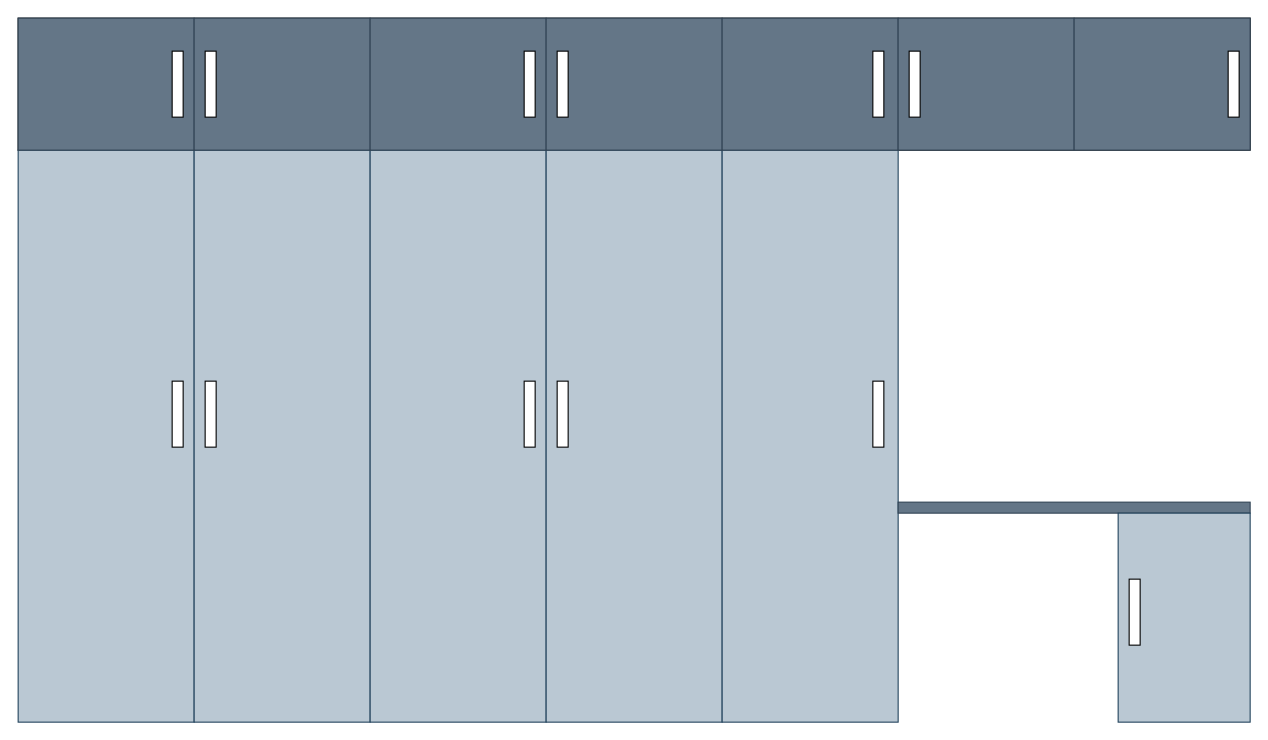
Above: Final/wardrobe1-1.drawio in suresh-legato/Design (draw.io), before the change. Source tidied: cells renumbered, new cells numbered last; positions are measured from the earlier drawing's top-left corner, leaving out a move shared by most shapes. Both pictures are drawn from the tidied source at 110%, with x=0, y=0 at pixel (18, 18).
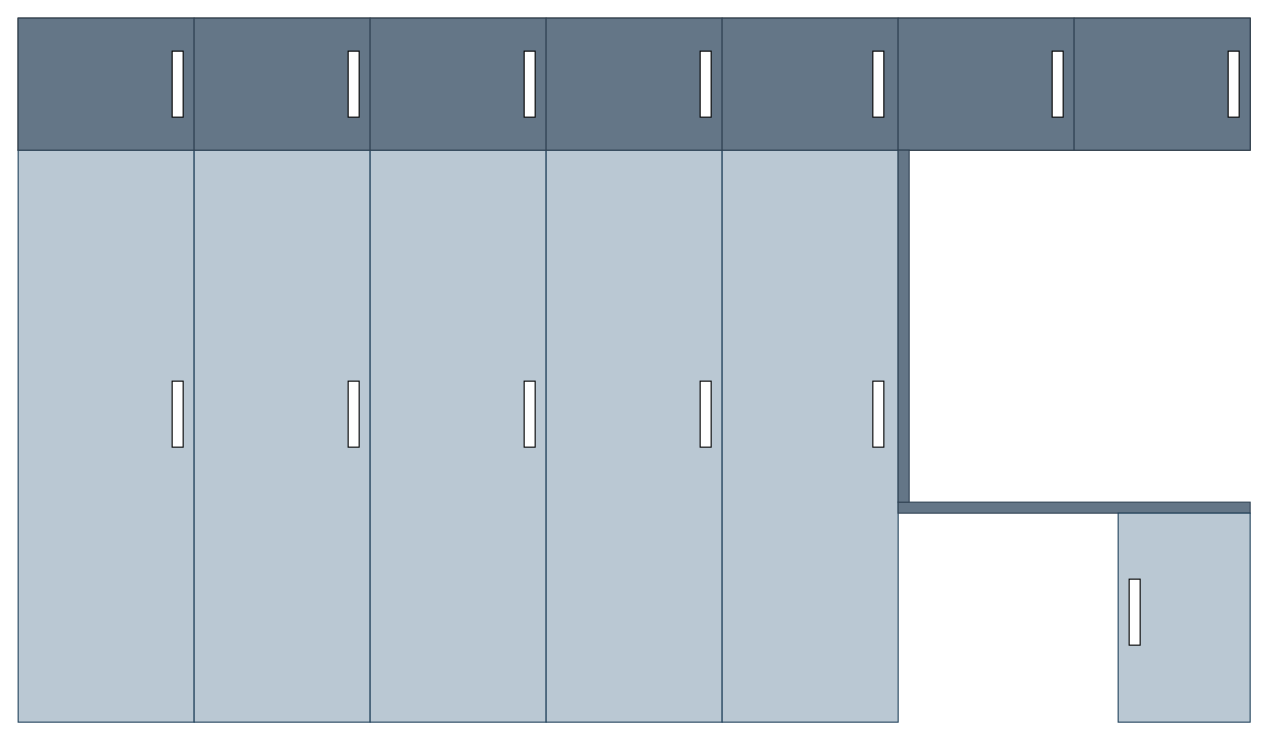
The same diagram, later.

What changed in the source:
```diff
@@
     <mxCell id="18" style="rounded=0;whiteSpace=wrap;html=1;" parent="1" vertex="1">
-      <mxGeometry x="170" y="330" width="10" height="60" as="geometry" />
+      <mxGeometry x="300" y="330" width="10" height="60" as="geometry" />
     </mxCell>
@@
     <mxCell id="20" style="rounded=0;whiteSpace=wrap;html=1;" parent="1" vertex="1">
-      <mxGeometry x="490" y="330" width="10" height="60" as="geometry" />
+      <mxGeometry x="620" y="330" width="10" height="60" as="geometry" />
     </mxCell>
@@
     <mxCell id="23" style="rounded=0;whiteSpace=wrap;html=1;" parent="1" vertex="1">
-      <mxGeometry x="170" y="30" width="10" height="60" as="geometry" />
+      <mxGeometry x="300" y="30" width="10" height="60" as="geometry" />
     </mxCell>
@@
     <mxCell id="25" style="rounded=0;whiteSpace=wrap;html=1;" parent="1" vertex="1">
-      <mxGeometry x="490" y="30" width="10" height="60" as="geometry" />
+      <mxGeometry x="620" y="30" width="10" height="60" as="geometry" />
     </mxCell>
@@
     <mxCell id="27" style="rounded=0;whiteSpace=wrap;html=1;" parent="1" vertex="1">
-      <mxGeometry x="810" y="30" width="10" height="60" as="geometry" />
+      <mxGeometry x="940" y="30" width="10" height="60" as="geometry" />
     </mxCell>
@@
+    <mxCell id="30" style="rounded=0;whiteSpace=wrap;html=1;fillColor=#647687;fontColor=#ffffff;strokeColor=#314354;" parent="1" vertex="1">
+      <mxGeometry x="800" y="120" width="10" height="320" as="geometry" />
+    </mxCell>
```
